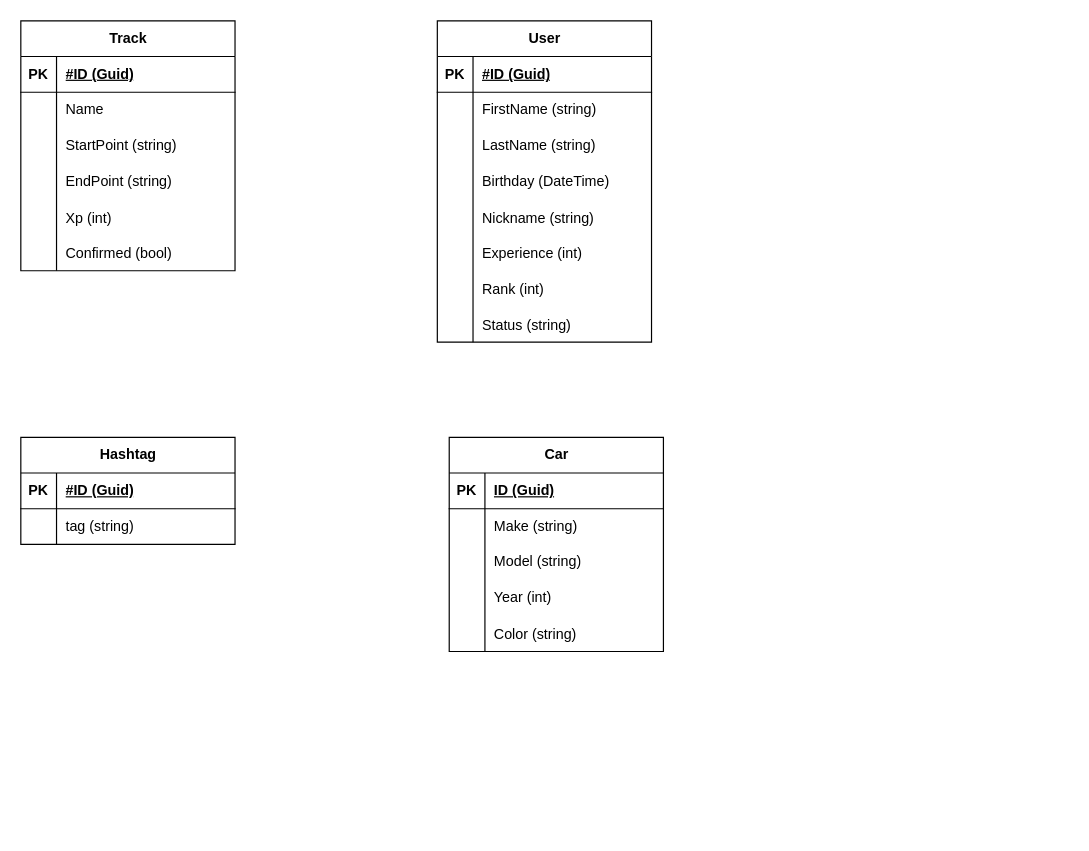
Earlier version of the draw.io diagram Project/diagrama .net roads.drawio (Qarty26/ASP.NET). Source tidied: cells renumbered, new cells numbered last; positions are measured from the earlier drawing's top-left corner, leaving out a move shared by most shapes. Both pictures are drawn from the tidied source at 119%, with x=0, y=0 at pixel (20, 20).
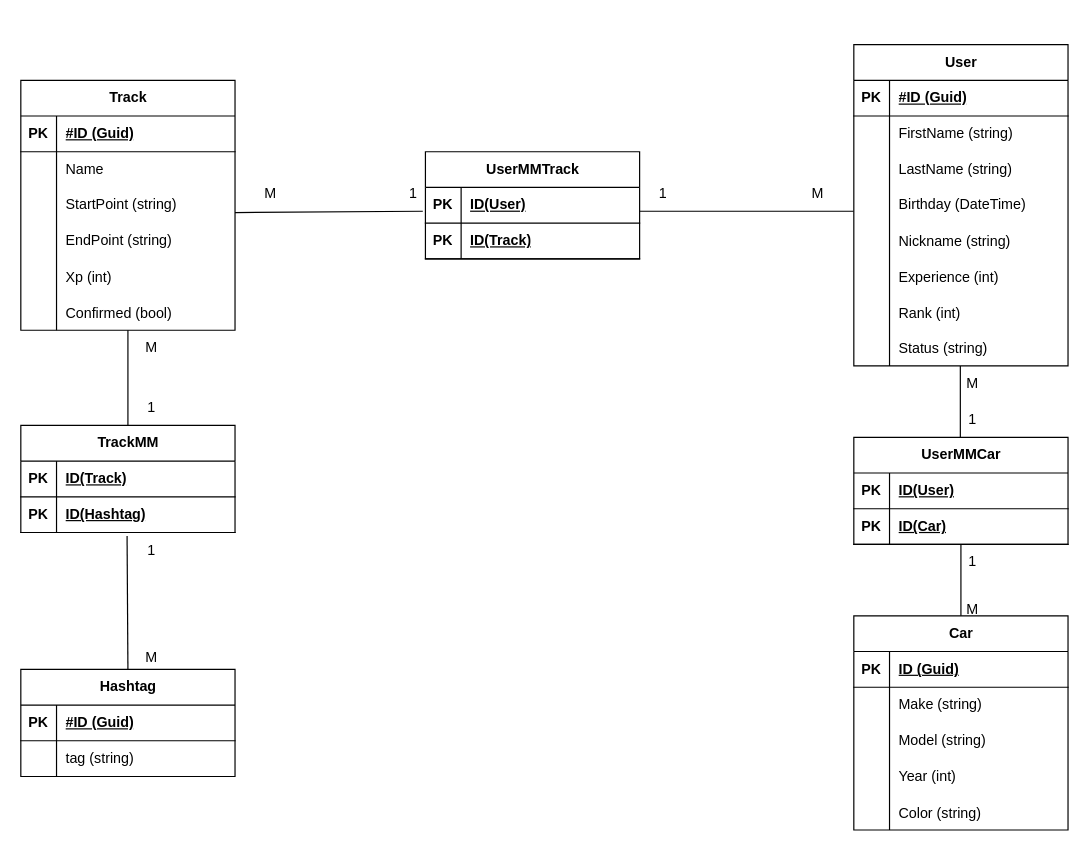
The same diagram, later.

What changed in the source:
```diff
@@
     <mxCell id="2" value="User" style="shape=table;startSize=30;childLayout=tableLayout;rowLines=0;fontStyle=1;align=center;html=1;" parent="1" vertex="1">
-      <mxGeometry x="350" width="180" height="270" as="geometry" />
+      <mxGeometry x="700" y="20" width="180" height="270" as="geometry" />
     </mxCell>
@@
     <mxCell id="27" value="Track" style="shape=table;startSize=30;childLayout=tableLayout;rowLines=0;fontStyle=1;align=center;html=1;" parent="1" vertex="1">
-      <mxGeometry width="180" height="210" as="geometry" />
+      <mxGeometry y="50" width="180" height="210" as="geometry" />
     </mxCell>
@@
     <mxCell id="46" value="Hashtag" style="shape=table;startSize=30;childLayout=tableLayout;rowLines=0;fontStyle=1;align=center;html=1;" parent="1" vertex="1">
-      <mxGeometry y="350" width="180" height="90" as="geometry" />
+      <mxGeometry y="545" width="180" height="90" as="geometry" />
     </mxCell>
@@
     <mxCell id="53" value="Car" style="shape=table;startSize=30;childLayout=tableLayout;rowLines=0;fontStyle=1;align=center;html=1;" parent="1" vertex="1">
-      <mxGeometry x="360" y="350" width="180" height="180" as="geometry" />
+      <mxGeometry x="700" y="500" width="180" height="180" as="geometry" />
     </mxCell>
@@
+    <mxCell id="69" value="UserMMCar" style="shape=table;startSize=30;childLayout=tableLayout;rowLines=0;fontStyle=1;align=center;html=1;" parent="1" vertex="1">
+      <mxGeometry x="700" y="350" width="180" height="90" as="geometry" />
+    </mxCell>
+    <mxCell id="70" style="shape=tableRow;horizontal=0;startSize=0;swimlaneHead=0;swimlaneBody=0;fillColor=none;top=0;left=0;right=0;bottom=1;" parent="69" vertex="1">
+      <mxGeometry y="30" width="180" height="30" as="geometry" />
+    </mxCell>
+    <mxCell id="71" value="PK" style="shape=partialRectangle;fillColor=none;top=0;left=0;bottom=0;right=0;fontStyle=1;overflow=hidden;whiteSpace=wrap;html=1;" parent="70" vertex="1">
+      <mxGeometry width="30" height="30" as="geometry" />
+    </mxCell>
+    <mxCell id="72" value="ID(User)" style="shape=partialRectangle;fillColor=none;top=0;left=0;bottom=0;right=0;align=left;spacingLeft=6;fontStyle=5;overflow=hidden;whiteSpace=wrap;html=1;" parent="70" vertex="1">
+      <mxGeometry x="30" width="150" height="30" as="geometry" />
+    </mxCell>
+    <mxCell id="73" style="shape=tableRow;horizontal=0;startSize=0;swimlaneHead=0;swimlaneBody=0;fillColor=none;top=0;left=0;right=0;bottom=1;" parent="69" vertex="1">
+      <mxGeometry y="60" width="180" height="30" as="geometry" />
+    </mxCell>
+    <mxCell id="74" value="PK" style="shape=partialRectangle;fillColor=none;top=0;left=0;bottom=0;right=0;fontStyle=1;overflow=hidden;whiteSpace=wrap;html=1;" parent="73" vertex="1">
+      <mxGeometry width="30" height="30" as="geometry" />
+    </mxCell>
+    <mxCell id="75" value="ID(Car)" style="shape=partialRectangle;fillColor=none;top=0;left=0;bottom=0;right=0;align=left;spacingLeft=6;fontStyle=5;overflow=hidden;whiteSpace=wrap;html=1;" parent="73" vertex="1">
+      <mxGeometry x="30" width="150" height="30" as="geometry" />
+    </mxCell>
+    <mxCell id="76" value="UserMMTrack" style="shape=table;startSize=30;childLayout=tableLayout;rowLines=0;fontStyle=1;align=center;html=1;" parent="1" vertex="1">
+      <mxGeometry x="340" y="110" width="180" height="90" as="geometry" />
+    </mxCell>
+    <mxCell id="77" style="shape=tableRow;horizontal=0;startSize=0;swimlaneHead=0;swimlaneBody=0;fillColor=none;top=0;left=0;right=0;bottom=1;" parent="76" vertex="1">
+      <mxGeometry y="30" width="180" height="30" as="geometry" />
+    </mxCell>
+    <mxCell id="78" value="PK" style="shape=partialRectangle;fillColor=none;top=0;left=0;bottom=0;right=0;fontStyle=1;overflow=hidden;whiteSpace=wrap;html=1;" parent="77" vertex="1">
+      <mxGeometry width="30" height="30" as="geometry" />
+    </mxCell>
+    <mxCell id="79" value="ID(User)" style="shape=partialRectangle;fillColor=none;top=0;left=0;bottom=0;right=0;align=left;spacingLeft=6;fontStyle=5;overflow=hidden;whiteSpace=wrap;html=1;" parent="77" vertex="1">
+      <mxGeometry x="30" width="150" height="30" as="geometry" />
+    </mxCell>
+    <mxCell id="80" style="shape=tableRow;horizontal=0;startSize=0;swimlaneHead=0;swimlaneBody=0;fillColor=none;top=0;left=0;right=0;bottom=1;" parent="76" vertex="1">
+      <mxGeometry y="60" width="180" height="30" as="geometry" />
+    </mxCell>
+    <mxCell id="81" value="PK" style="shape=partialRectangle;fillColor=none;top=0;left=0;bottom=0;right=0;fontStyle=1;overflow=hidden;whiteSpace=wrap;html=1;" parent="80" vertex="1">
+      <mxGeometry width="30" height="30" as="geometry" />
+    </mxCell>
+    <mxCell id="82" value="ID(Track)" style="shape=partialRectangle;fillColor=none;top=0;left=0;bottom=0;right=0;align=left;spacingLeft=6;fontStyle=5;overflow=hidden;whiteSpace=wrap;html=1;" parent="80" vertex="1">
+      <mxGeometry x="30" width="150" height="30" as="geometry" />
+    </mxCell>
+    <mxCell id="83" value="TrackMM" style="shape=table;startSize=30;childLayout=tableLayout;rowLines=0;fontStyle=1;align=center;html=1;" parent="1" vertex="1">
+      <mxGeometry y="340" width="180" height="90" as="geometry" />
+    </mxCell>
+    <mxCell id="84" style="shape=tableRow;horizontal=0;startSize=0;swimlaneHead=0;swimlaneBody=0;fillColor=none;top=0;left=0;right=0;bottom=1;" parent="83" vertex="1">
+      <mxGeometry y="30" width="180" height="30" as="geometry" />
+    </mxCell>
+    <mxCell id="85" value="PK" style="shape=partialRectangle;fillColor=none;top=0;left=0;bottom=0;right=0;fontStyle=1;overflow=hidden;whiteSpace=wrap;html=1;" parent="84" vertex="1">
+      <mxGeometry width="30" height="30" as="geometry" />
+    </mxCell>
+    <mxCell id="86" value="ID(Track)" style="shape=partialRectangle;fillColor=none;top=0;left=0;bottom=0;right=0;align=left;spacingLeft=6;fontStyle=5;overflow=hidden;whiteSpace=wrap;html=1;" parent="84" vertex="1">
+      <mxGeometry x="30" width="150" height="30" as="geometry" />
+    </mxCell>
+    <mxCell id="87" style="shape=tableRow;horizontal=0;startSize=0;swimlaneHead=0;swimlaneBody=0;fillColor=none;points=[[0,0.5],[1,0.5]];portConstraint=eastwest;top=0;left=0;right=0;bottom=1;" parent="83" vertex="1">
+      <mxGeometry y="60" width="180" height="30" as="geometry" />
+    </mxCell>
+    <mxCell id="88" value="PK" style="shape=partialRectangle;fillColor=none;top=0;left=0;bottom=0;right=0;fontStyle=1;overflow=hidden;whiteSpace=wrap;html=1;" parent="87" vertex="1">
+      <mxGeometry width="30" height="30" as="geometry" />
+    </mxCell>
+    <mxCell id="89" value="ID(Hashtag)" style="shape=partialRectangle;fillColor=none;top=0;left=0;bottom=0;right=0;align=left;spacingLeft=6;fontStyle=5;overflow=hidden;whiteSpace=wrap;html=1;" parent="87" vertex="1">
+      <mxGeometry x="30" width="150" height="30" as="geometry" />
+    </mxCell>
+    <mxCell id="90" style="endArrow=none;html=1;rounded=0;entryX=-0.012;entryY=0.962;entryDx=0;entryDy=0;entryPerimeter=0;exitX=1;exitY=-0.002;exitDx=0;exitDy=0;exitPerimeter=0;" parent="1" edge="1">
+      <mxGeometry relative="1" as="geometry">
+        <mxPoint x="180" y="161.1" as="sourcePoint" />
+        <mxPoint x="337.8" y="160" as="targetPoint" />
+      </mxGeometry>
+    </mxCell>
+    <mxCell id="91" style="endArrow=none;html=1;rounded=0;entryX=-0.006;entryY=0;entryDx=0;entryDy=0;exitX=0.995;exitY=0;exitDx=0;exitDy=0;exitPerimeter=0;entryPerimeter=0;" parent="1" edge="1">
+      <mxGeometry relative="1" as="geometry">
+        <mxPoint x="520" y="160" as="sourcePoint" />
+        <mxPoint x="699.8" y="160" as="targetPoint" />
+      </mxGeometry>
+    </mxCell>
+    <mxCell id="92" style="endArrow=none;html=1;rounded=0;exitX=0.5;exitY=0;exitDx=0;exitDy=0;" parent="1" edge="1" source="83">
+      <mxGeometry relative="1" as="geometry">
+        <mxPoint x="90" y="260" as="targetPoint" />
+      </mxGeometry>
+    </mxCell>
+    <mxCell id="93" style="endArrow=none;html=1;rounded=0;exitX=0.5;exitY=0;exitDx=0;exitDy=0;entryX=0.496;entryY=1.095;entryDx=0;entryDy=0;entryPerimeter=0;" parent="1" edge="1" source="46" target="87">
+      <mxGeometry relative="1" as="geometry" />
+    </mxCell>
+    <mxCell id="94" style="endArrow=none;html=1;rounded=0;exitX=0.5;exitY=0;exitDx=0;exitDy=0;" parent="1" edge="1" source="53">
+      <mxGeometry relative="1" as="geometry">
+        <mxPoint x="790" y="440" as="targetPoint" />
+      </mxGeometry>
+    </mxCell>
+    <mxCell id="95" style="endArrow=none;html=1;rounded=0;exitX=0.5;exitY=0;exitDx=0;exitDy=0;" parent="1" edge="1">
+      <mxGeometry relative="1" as="geometry">
+        <mxPoint x="789.5" y="350" as="sourcePoint" />
+        <mxPoint x="789.5" y="290" as="targetPoint" />
+      </mxGeometry>
+    </mxCell>
+    <mxCell id="96" value="M" style="text;html=1;strokeColor=none;fillColor=none;align=center;verticalAlign=middle;whiteSpace=wrap;rounded=0;" parent="1" vertex="1">
+      <mxGeometry x="80" y="520" width="60" height="30" as="geometry" />
+    </mxCell>
+    <mxCell id="97" value="M" style="text;html=1;strokeColor=none;fillColor=none;align=center;verticalAlign=middle;whiteSpace=wrap;rounded=0;" parent="1" vertex="1">
+      <mxGeometry x="80" y="260" width="60" height="30" as="geometry" />
+    </mxCell>
+    <mxCell id="98" value="M" style="text;html=1;strokeColor=none;fillColor=none;align=center;verticalAlign=middle;whiteSpace=wrap;rounded=0;" parent="1" vertex="1">
+      <mxGeometry x="180" y="130" width="60" height="30" as="geometry" />
+    </mxCell>
+    <mxCell id="99" value="M" style="text;html=1;strokeColor=none;fillColor=none;align=center;verticalAlign=middle;whiteSpace=wrap;rounded=0;" parent="1" vertex="1">
+      <mxGeometry x="640" y="130" width="60" height="30" as="geometry" />
+    </mxCell>
+    <mxCell id="100" value="M" style="text;html=1;strokeColor=none;fillColor=none;align=center;verticalAlign=middle;whiteSpace=wrap;rounded=0;" parent="1" vertex="1">
+      <mxGeometry x="770" y="290" width="60" height="30" as="geometry" />
+    </mxCell>
+    <mxCell id="101" value="M" style="text;html=1;strokeColor=none;fillColor=none;align=center;verticalAlign=middle;whiteSpace=wrap;rounded=0;" parent="1" vertex="1">
+      <mxGeometry x="770" y="480" width="60" height="30" as="geometry" />
+    </mxCell>
+    <mxCell id="102" value="1" style="text;html=1;strokeColor=none;fillColor=none;align=center;verticalAlign=middle;whiteSpace=wrap;rounded=0;" parent="1" vertex="1">
+      <mxGeometry x="80" y="430" width="60" height="30" as="geometry" />
+    </mxCell>
+    <mxCell id="103" value="1" style="text;html=1;strokeColor=none;fillColor=none;align=center;verticalAlign=middle;whiteSpace=wrap;rounded=0;" parent="1" vertex="1">
+      <mxGeometry x="80" y="310" width="60" height="30" as="geometry" />
+    </mxCell>
+    <mxCell id="104" value="1" style="text;html=1;strokeColor=none;fillColor=none;align=center;verticalAlign=middle;whiteSpace=wrap;rounded=0;" parent="1" vertex="1">
+      <mxGeometry x="300" y="130" width="60" height="30" as="geometry" />
+    </mxCell>
+    <mxCell id="105" value="1" style="text;html=1;strokeColor=none;fillColor=none;align=center;verticalAlign=middle;whiteSpace=wrap;rounded=0;" parent="1" vertex="1">
+      <mxGeometry x="510" y="130" width="60" height="30" as="geometry" />
+    </mxCell>
+    <mxCell id="106" value="1" style="text;html=1;strokeColor=none;fillColor=none;align=center;verticalAlign=middle;whiteSpace=wrap;rounded=0;" parent="1" vertex="1">
+      <mxGeometry x="770" y="320" width="60" height="30" as="geometry" />
+    </mxCell>
+    <mxCell id="107" value="1" style="text;html=1;strokeColor=none;fillColor=none;align=center;verticalAlign=middle;whiteSpace=wrap;rounded=0;" parent="1" vertex="1">
+      <mxGeometry x="770" y="440" width="60" height="30" as="geometry" />
+    </mxCell>
```
